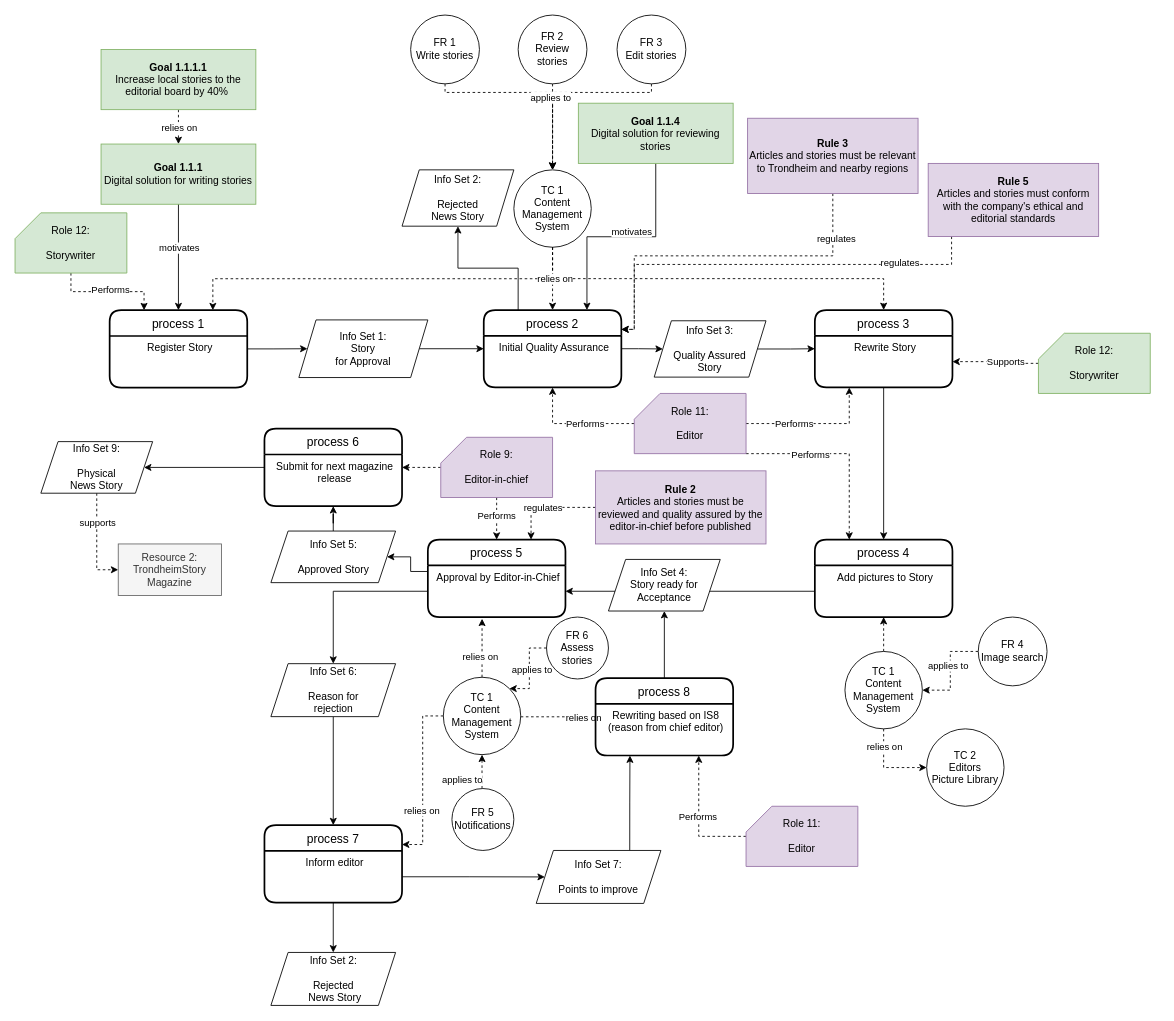
Above: TS_business_process_1.drawio in gullskatten/TS-models-4em-archi (draw.io), before the change. Source tidied: cells renumbered, new cells numbered last; positions are measured from the earlier drawing's top-left corner, leaving out a move shared by most shapes. Both pictures are drawn from the tidied source at 86%, with x=0, y=0 at pixel (15, 15).
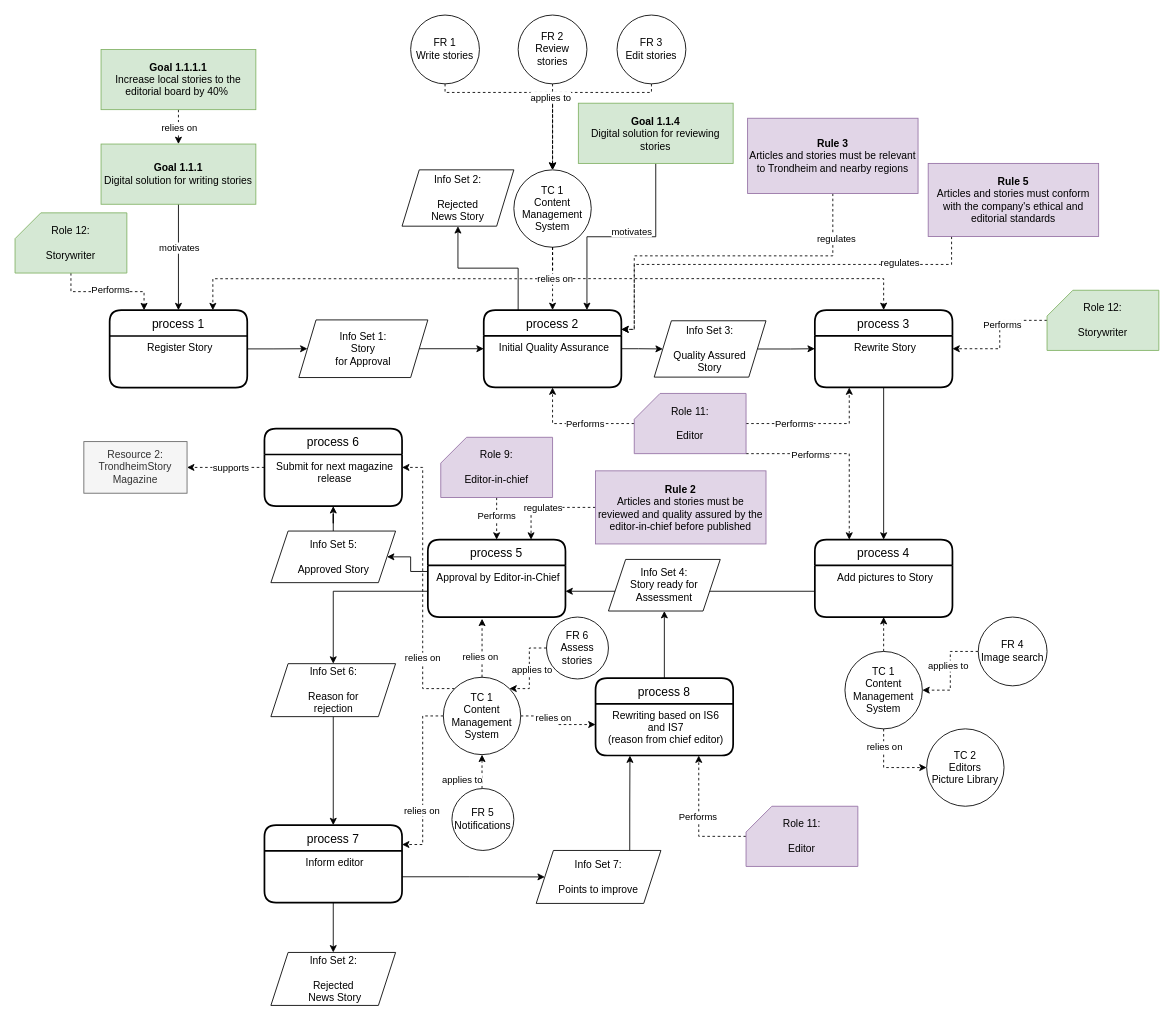
After the change.

The change refers to these unchanged cells:
```xml
<mxCell id="33" value="process 6" style="swimlane;horizontal=1;startSize=30;rounded=1;fontSize=14;fontStyle=0;strokeWidth=2;shadow=0;dashed=0;align=center;" parent="1" vertex="1">
  <mxGeometry x="290" y="481" width="160" height="90" as="geometry" />
</mxCell>
<mxCell id="34" value="Submit for next magazine &#10;release" style="align=center;strokeColor=none;fillColor=none;spacingLeft=4;fontSize=12;verticalAlign=top;" parent="33" vertex="1">
  <mxGeometry y="30" width="160" height="60" as="geometry" />
</mxCell>
<mxCell id="40" value="process 8" style="swimlane;horizontal=1;startSize=30;rounded=1;fontSize=14;fontStyle=0;strokeWidth=2;shadow=0;dashed=0;align=center;" parent="1" vertex="1">
  <mxGeometry x="675" y="771" width="160" height="90" as="geometry" />
</mxCell>
<mxCell id="47" value="TC 1&lt;br&gt;Content Management&lt;br&gt;System" style="ellipse;whiteSpace=wrap;html=1;fillColor=#FFFFFF;" parent="1" vertex="1">
  <mxGeometry x="498" y="770" width="90" height="90" as="geometry" />
</mxCell>
<mxCell id="61" value="Role 9:&lt;br&gt;&lt;br&gt;Editor-in-chief" style="shape=card;whiteSpace=wrap;html=1;fillColor=#e1d5e7;strokeColor=#9673a6;" parent="1" vertex="1">
  <mxGeometry x="495" y="491" width="130" height="70" as="geometry" />
</mxCell>
<mxCell id="113" value="Rewrite Story" style="align=center;strokeColor=none;fillColor=none;spacingLeft=4;fontSize=12;verticalAlign=top;" parent="112" vertex="1">
  <mxGeometry y="30" width="160" height="60" as="geometry" />
</mxCell>
```

Change to the diagram source:
```diff
@@
-    <mxCell id="9" style="edgeStyle=orthogonalEdgeStyle;rounded=0;jettySize=auto;html=1;entryX=1;entryY=0.5;entryDx=0;entryDy=0;endArrow=classic;endFill=1;" parent="1" edge="1" source="33" target="27">
-      <mxGeometry relative="1" as="geometry" />
-    </mxCell>
@@
-    <mxCell id="23" style="edgeStyle=orthogonalEdgeStyle;rounded=0;jettySize=auto;html=1;entryX=0;entryY=0.25;entryDx=0;entryDy=0;endArrow=classic;endFill=1;dashed=1;" parent="1" edge="1" source="47" target="41">
-      <mxGeometry relative="1" as="geometry">
-        <Array as="points">
-          <mxPoint x="515" y="815" />
-        </Array>
-      </mxGeometry>
+    <mxCell id="23" style="edgeStyle=orthogonalEdgeStyle;rounded=0;jettySize=auto;html=1;entryX=0;entryY=0.4;entryDx=0;entryDy=0;endArrow=classic;endFill=1;dashed=1;entryPerimeter=0;" parent="1" edge="1" source="47" target="41">
+      <mxGeometry relative="1" as="geometry" />
     </mxCell>
     <mxCell id="24" value="relies on" style="edgeLabel;html=1;align=center;verticalAlign=middle;" parent="23" vertex="1">
       <mxGeometry x="0.51" y="-4" relative="1" as="geometry">
-        <mxPoint x="6.4" y="-3.6" as="offset" />
+        <mxPoint x="-26" y="-13" as="offset" />
       </mxGeometry>
     </mxCell>
-    <mxCell id="25" style="edgeStyle=orthogonalEdgeStyle;rounded=0;jettySize=auto;html=1;entryX=0;entryY=0.5;entryDx=0;entryDy=0;dashed=1;" parent="1" edge="1" source="27" target="101">
+    <mxCell id="25" style="edgeStyle=orthogonalEdgeStyle;rounded=0;jettySize=auto;html=1;entryX=1;entryY=0.5;entryDx=0;entryDy=0;dashed=1;exitX=0;exitY=0.5;exitDx=0;exitDy=0;" parent="1" edge="1" source="33" target="101">
       <mxGeometry relative="1" as="geometry" />
     </mxCell>
     <mxCell id="26" value="supports" style="edgeLabel;html=1;align=center;verticalAlign=middle;" parent="25" vertex="1">
       <mxGeometry x="-0.68" y="-1" relative="1" as="geometry">
-        <mxPoint x="1" y="16" as="offset" />
+        <mxPoint x="-26" y="1" as="offset" />
       </mxGeometry>
     </mxCell>
-    <mxCell id="27" value="Info Set 9:&lt;br&gt;&lt;br&gt;Physical&lt;br&gt;News Story" style="shape=parallelogram;perimeter=parallelogramPerimeter;whiteSpace=wrap;html=1;fixedSize=1;" parent="1" vertex="1">
-      <mxGeometry x="30" y="496" width="130" height="60" as="geometry" />
-    </mxCell>
@@
-    <mxCell id="36" value="Info Set 4:&lt;br&gt;Story ready for&lt;br&gt;Acceptance" style="shape=parallelogram;perimeter=parallelogramPerimeter;whiteSpace=wrap;html=1;fixedSize=1;" parent="1" vertex="1">
+    <mxCell id="36" value="Info Set 4:&lt;br&gt;Story ready for&lt;br&gt;Assessment" style="shape=parallelogram;perimeter=parallelogramPerimeter;whiteSpace=wrap;html=1;fixedSize=1;" parent="1" vertex="1">
       <mxGeometry x="690" y="633" width="130" height="60" as="geometry" />
     </mxCell>
@@
-    <mxCell id="41" value="Rewriting based on IS8 &#10;(reason from chief editor)" style="align=center;strokeColor=none;fillColor=none;spacingLeft=4;fontSize=12;verticalAlign=top;" parent="40" vertex="1">
+    <mxCell id="41" value="Rewriting based on IS6&#10; and IS7 &#10;(reason from chief editor)" style="align=center;strokeColor=none;fillColor=none;spacingLeft=4;fontSize=12;verticalAlign=top;" parent="40" vertex="1">
       <mxGeometry y="30" width="160" height="60" as="geometry" />
     </mxCell>
@@
+    <mxCell id="122" style="edgeStyle=orthogonalEdgeStyle;rounded=0;jettySize=auto;html=1;entryX=1;entryY=0.25;entryDx=0;entryDy=0;dashed=1;exitX=0;exitY=0;exitDx=0;exitDy=0;" parent="1" edge="1" source="47" target="34">
+      <mxGeometry relative="1" as="geometry" />
+    </mxCell>
+    <mxCell id="123" value="relies on" style="edgeLabel;html=1;align=center;verticalAlign=middle;" parent="122" vertex="1">
+      <mxGeometry x="-0.54" y="1" relative="1" as="geometry" />
+    </mxCell>
@@
-    <mxCell id="60" style="edgeStyle=orthogonalEdgeStyle;rounded=0;jettySize=auto;html=1;entryX=1;entryY=0.5;entryDx=0;entryDy=0;dashed=1;endArrow=classic;endFill=1;" parent="1" edge="1" source="61" target="33">
-      <mxGeometry relative="1" as="geometry" />
-    </mxCell>
@@
-    <mxCell id="82" style="edgeStyle=orthogonalEdgeStyle;rounded=0;jettySize=auto;html=1;entryX=1;entryY=0.5;entryDx=0;entryDy=0;dashed=1;" parent="1" edge="1" source="84" target="113">
+    <mxCell id="82" style="edgeStyle=orthogonalEdgeStyle;rounded=0;jettySize=auto;html=1;entryX=1;entryY=0.25;entryDx=0;entryDy=0;dashed=1;" parent="1" edge="1" source="84" target="113">
       <mxGeometry relative="1" as="geometry" />
     </mxCell>
-    <mxCell id="83" value="Supports" style="edgeLabel;html=1;align=center;verticalAlign=middle;" parent="82" vertex="1">
-      <mxGeometry x="-0.23" y="-3" relative="1" as="geometry" />
-    </mxCell>
+    <mxCell id="124" value="Performs" style="edgeLabel;html=1;align=center;verticalAlign=middle;" parent="82" vertex="1">
+      <mxGeometry x="-0.26" y="4" relative="1" as="geometry" />
+    </mxCell>
     <mxCell id="84" value="Role 12:&lt;br&gt;&lt;br&gt;Storywriter" style="shape=card;whiteSpace=wrap;html=1;fillColor=#d5e8d4;strokeColor=#82b366;" parent="1" vertex="1">
-      <mxGeometry x="1190" y="370" width="130" height="70" as="geometry" />
+      <mxGeometry x="1200" y="320" width="130" height="70" as="geometry" />
     </mxCell>
@@
     <mxCell id="101" value="Resource 2:&lt;br&gt;TrondheimStory&lt;br&gt;Magazine" style="rounded=0;whiteSpace=wrap;html=1;fillColor=#f5f5f5;strokeColor=#666666;fontColor=#333333;" parent="1" vertex="1">
-      <mxGeometry x="120" y="615" width="120" height="60" as="geometry" />
+      <mxGeometry x="80" y="496" width="120" height="60" as="geometry" />
     </mxCell>
```
